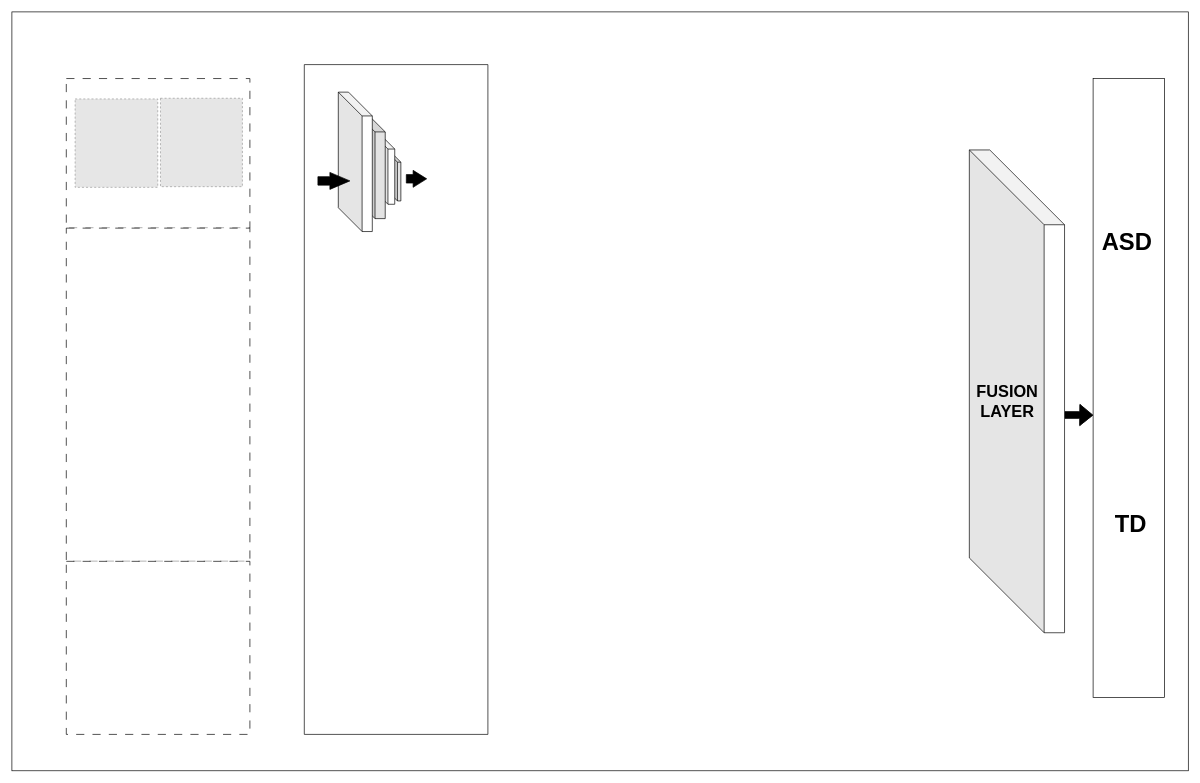
The draw.io diagram papers/Autism Full paper/Untitled Diagram.drawio in Giriiri-g/Project-HAR, before the edit. Source tidied: cells renumbered, new cells numbered last; positions are measured from the earlier drawing's top-left corner, leaving out a move shared by most shapes. Both pictures are drawn from the tidied source at 68%, with x=0, y=0 at pixel (12, 12). Pictures stored in the file or linked from it are replaced by grey dashed boxes.
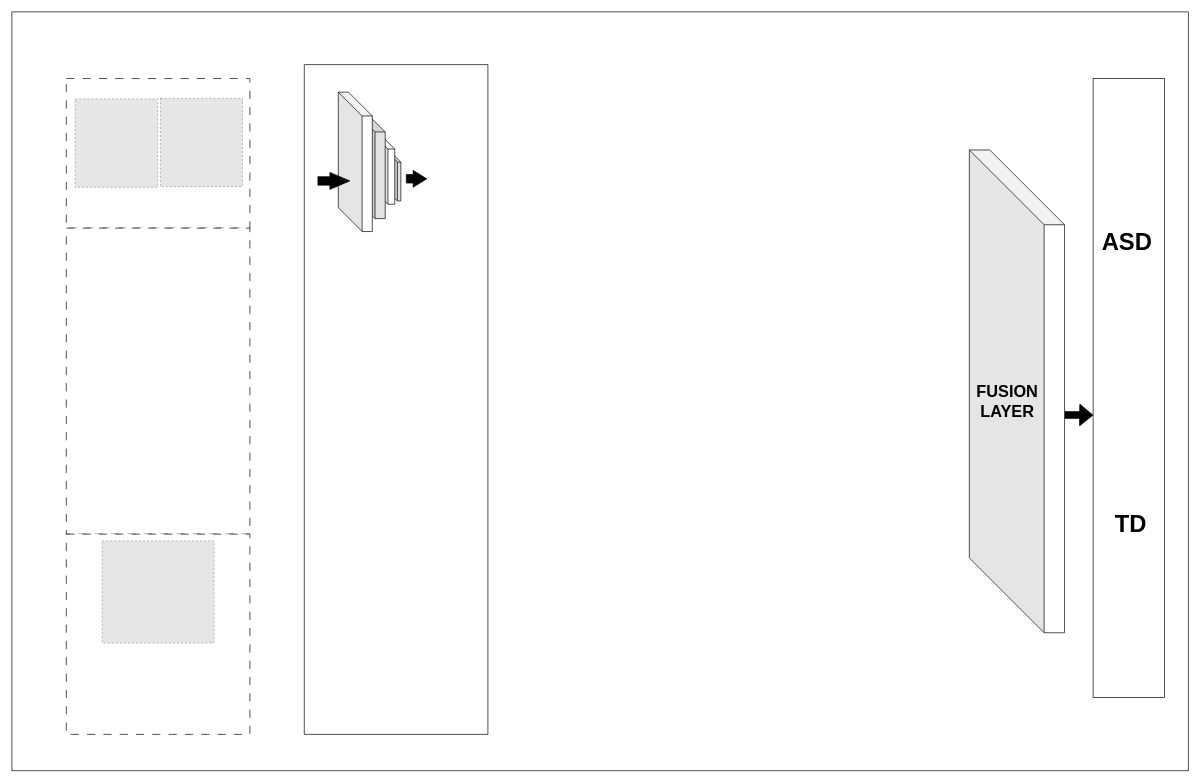
The same page after the edit.

The edit, as a diff of the source:
```diff
@@
     <mxCell id="8" style="rounded=0;whiteSpace=wrap;html=1;dashed=1;dashPattern=12 12;" parent="1" vertex="1">
-      <mxGeometry x="80" y="318" width="270" height="490" as="geometry" />
+      <mxGeometry x="80" y="318" width="270" height="450" as="geometry" />
     </mxCell>
     <mxCell id="9" style="rounded=0;whiteSpace=wrap;html=1;dashed=1;dashPattern=12 12;" parent="1" vertex="1">
-      <mxGeometry x="80" y="808" width="270" height="254.5" as="geometry" />
+      <mxGeometry x="80" y="768" width="270" height="294.5" as="geometry" />
     </mxCell>
@@
+    <mxCell id="25" style="fillColor=#E6E6E6;strokeColor=#999999;dashed=1;verticalLabelPosition=bottom;verticalAlign=top;" parent="1" vertex="1">
+      <mxGeometry x="132.7" y="778" width="164.5" height="150" as="geometry" />
+    </mxCell>
```
